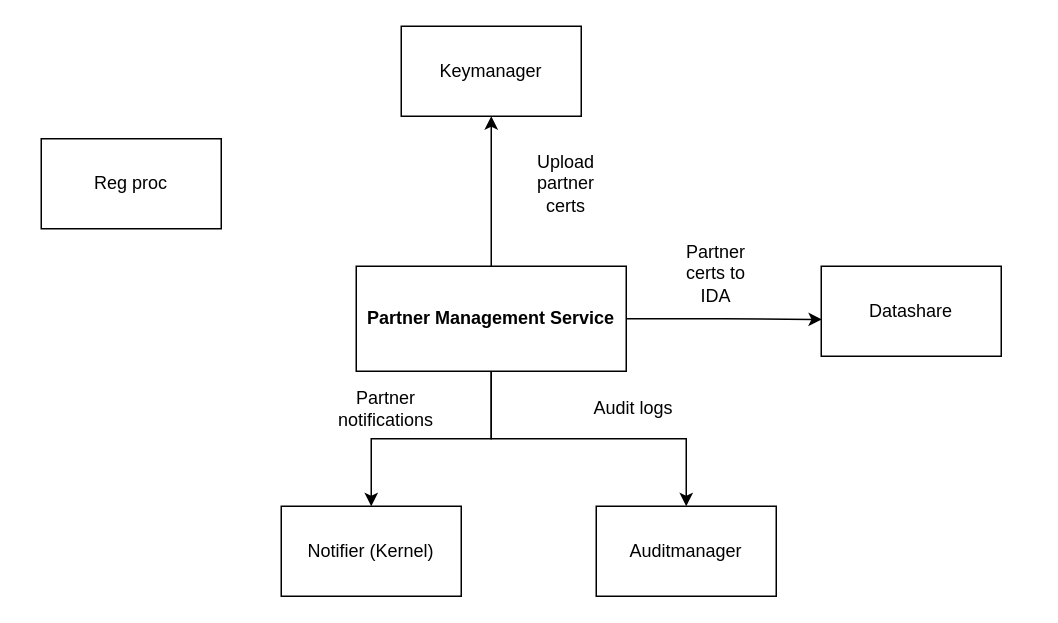
The draw.io diagram docs/_images/pms.drawio in mosip/documentation, before the edit. Source tidied: cells renumbered, new cells numbered last; positions are measured from the earlier drawing's top-left corner, leaving out a move shared by most shapes. Both pictures are drawn from the tidied source at 150%, with x=0, y=0 at pixel (40, 26).
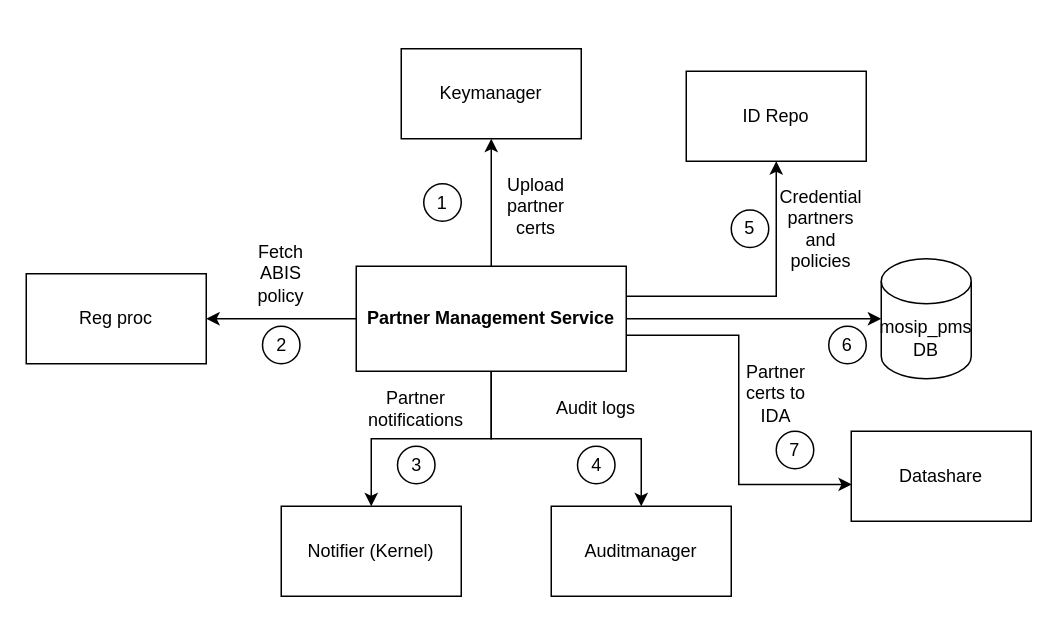
After the change.

Unchanged cells that the change refers to:
```xml
<mxCell id="6" value="&lt;b&gt;Partner Management Service&lt;/b&gt;" style="rounded=0;whiteSpace=wrap;html=1;" parent="1" vertex="1">
  <mxGeometry x="210" y="160" width="180" height="70" as="geometry" />
</mxCell>
```

The edit, as a diff of the source:
```diff
@@
-    <mxCell id="5" style="edgeStyle=orthogonalEdgeStyle;rounded=0;jettySize=auto;html=1;entryX=0.004;entryY=0.591;entryDx=0;entryDy=0;entryPerimeter=0;" parent="1" edge="1" source="6" target="10">
+    <mxCell id="5" style="edgeStyle=orthogonalEdgeStyle;rounded=0;jettySize=auto;html=1;entryX=0.004;entryY=0.591;entryDx=0;entryDy=0;entryPerimeter=0;exitX=1.002;exitY=0.657;exitDx=0;exitDy=0;exitPerimeter=0;" parent="1" edge="1" source="6" target="10">
       <mxGeometry relative="1" as="geometry" />
     </mxCell>
+    <mxCell id="16" style="edgeStyle=orthogonalEdgeStyle;rounded=0;jettySize=auto;html=1;entryX=1;entryY=0.5;entryDx=0;entryDy=0;" parent="1" edge="1" source="6" target="9">
+      <mxGeometry relative="1" as="geometry" />
+    </mxCell>
+    <mxCell id="17" style="edgeStyle=orthogonalEdgeStyle;rounded=0;jettySize=auto;html=1;startArrow=none;startFill=0;" parent="1" edge="1" source="6" target="20">
+      <mxGeometry relative="1" as="geometry">
+        <Array as="points">
+          <mxPoint x="470" y="195" />
+          <mxPoint x="470" y="195" />
+        </Array>
+      </mxGeometry>
+    </mxCell>
+    <mxCell id="18" style="edgeStyle=orthogonalEdgeStyle;rounded=0;jettySize=auto;html=1;entryX=0.5;entryY=1;entryDx=0;entryDy=0;startArrow=none;startFill=0;" parent="1" edge="1" source="6" target="21">
+      <mxGeometry relative="1" as="geometry">
+        <Array as="points">
+          <mxPoint x="490" y="180" />
+        </Array>
+      </mxGeometry>
+    </mxCell>
@@
     <mxCell id="7" value="Keymanager" style="rounded=0;whiteSpace=wrap;html=1;" parent="1" vertex="1">
-      <mxGeometry x="240" width="120" height="60" as="geometry" />
+      <mxGeometry x="240" y="15" width="120" height="60" as="geometry" />
     </mxCell>
     <mxCell id="8" value="Upload partner certs" style="text;html=1;strokeColor=none;fillColor=none;align=center;verticalAlign=middle;whiteSpace=wrap;rounded=0;" parent="1" vertex="1">
-      <mxGeometry x="320" y="90" width="60" height="30" as="geometry" />
+      <mxGeometry x="300" y="105" width="60" height="30" as="geometry" />
     </mxCell>
     <mxCell id="9" value="Reg proc" style="rounded=0;whiteSpace=wrap;html=1;" parent="1" vertex="1">
-      <mxGeometry y="75" width="120" height="60" as="geometry" />
+      <mxGeometry x="-10" y="165" width="120" height="60" as="geometry" />
     </mxCell>
     <mxCell id="10" value="Datashare" style="rounded=0;whiteSpace=wrap;html=1;" parent="1" vertex="1">
-      <mxGeometry x="520" y="160" width="120" height="60" as="geometry" />
+      <mxGeometry x="540" y="270" width="120" height="60" as="geometry" />
     </mxCell>
@@
     <mxCell id="12" value="Auditmanager" style="rounded=0;whiteSpace=wrap;html=1;" parent="1" vertex="1">
-      <mxGeometry x="370" y="320" width="120" height="60" as="geometry" />
+      <mxGeometry x="340" y="320" width="120" height="60" as="geometry" />
     </mxCell>
     <mxCell id="13" value="Audit logs" style="text;html=1;strokeColor=none;fillColor=none;align=center;verticalAlign=middle;whiteSpace=wrap;rounded=0;" parent="1" vertex="1">
-      <mxGeometry x="365" y="240" width="60" height="30" as="geometry" />
+      <mxGeometry x="340" y="240" width="60" height="30" as="geometry" />
     </mxCell>
     <mxCell id="14" value="Partner notifications" style="text;html=1;strokeColor=none;fillColor=none;align=center;verticalAlign=middle;whiteSpace=wrap;rounded=0;" parent="1" vertex="1">
-      <mxGeometry x="200" y="240" width="60" height="30" as="geometry" />
+      <mxGeometry x="220" y="240" width="60" height="30" as="geometry" />
     </mxCell>
     <mxCell id="15" value="Partner certs to IDA" style="text;html=1;strokeColor=none;fillColor=none;align=center;verticalAlign=middle;whiteSpace=wrap;rounded=0;" parent="1" vertex="1">
-      <mxGeometry x="420" y="150" width="60" height="30" as="geometry" />
+      <mxGeometry x="460" y="230" width="60" height="30" as="geometry" />
     </mxCell>
+    <mxCell id="19" value="Fetch ABIS policy" style="text;html=1;strokeColor=none;fillColor=none;align=center;verticalAlign=middle;whiteSpace=wrap;rounded=0;" parent="1" vertex="1">
+      <mxGeometry x="130" y="150" width="60" height="30" as="geometry" />
+    </mxCell>
+    <mxCell id="20" value="mosip_pms DB" style="shape=cylinder3;whiteSpace=wrap;html=1;boundedLbl=1;backgroundOutline=1;size=15;" parent="1" vertex="1">
+      <mxGeometry x="560" y="155" width="60" height="80" as="geometry" />
+    </mxCell>
+    <mxCell id="21" value="ID Repo" style="rounded=0;whiteSpace=wrap;html=1;" parent="1" vertex="1">
+      <mxGeometry x="430" y="30" width="120" height="60" as="geometry" />
+    </mxCell>
+    <mxCell id="22" value="Credential partners and policies" style="text;html=1;strokeColor=none;fillColor=none;align=center;verticalAlign=middle;whiteSpace=wrap;rounded=0;" parent="1" vertex="1">
+      <mxGeometry x="490" y="120" width="60" height="30" as="geometry" />
+    </mxCell>
+    <mxCell id="23" value="1" style="ellipse;whiteSpace=wrap;html=1;" parent="1" vertex="1">
+      <mxGeometry x="255" y="105" width="25" height="25" as="geometry" />
+    </mxCell>
+    <mxCell id="24" value="2" style="ellipse;whiteSpace=wrap;html=1;" parent="1" vertex="1">
+      <mxGeometry x="147.5" y="200" width="25" height="25" as="geometry" />
+    </mxCell>
+    <mxCell id="25" value="3" style="ellipse;whiteSpace=wrap;html=1;" parent="1" vertex="1">
+      <mxGeometry x="237.5" y="280" width="25" height="25" as="geometry" />
+    </mxCell>
+    <mxCell id="26" value="4" style="ellipse;whiteSpace=wrap;html=1;" parent="1" vertex="1">
+      <mxGeometry x="357.5" y="280" width="25" height="25" as="geometry" />
+    </mxCell>
+    <mxCell id="27" value="7" style="ellipse;whiteSpace=wrap;html=1;" parent="1" vertex="1">
+      <mxGeometry x="490" y="270" width="25" height="25" as="geometry" />
+    </mxCell>
+    <mxCell id="28" value="6" style="ellipse;whiteSpace=wrap;html=1;" parent="1" vertex="1">
+      <mxGeometry x="525" y="200" width="25" height="25" as="geometry" />
+    </mxCell>
+    <mxCell id="29" value="5" style="ellipse;whiteSpace=wrap;html=1;" parent="1" vertex="1">
+      <mxGeometry x="460" y="122.5" width="25" height="25" as="geometry" />
+    </mxCell>
```
